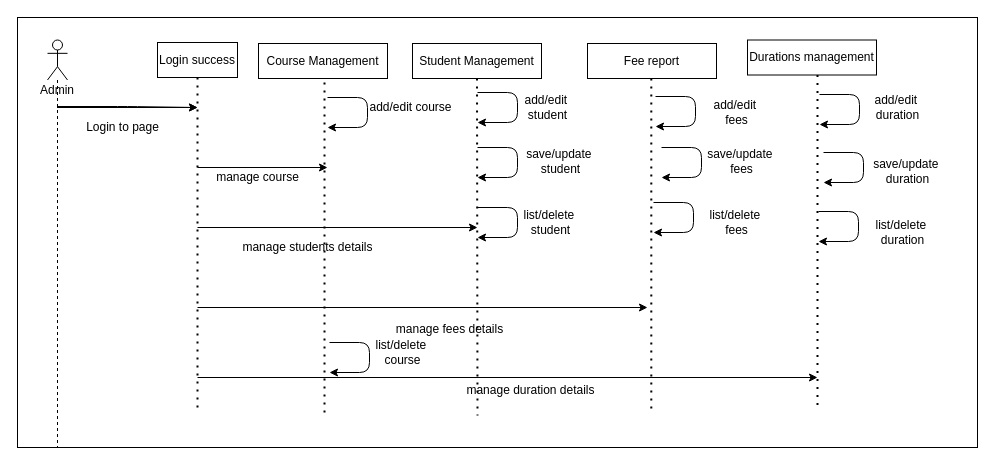
Before: sequence diagram.drawio in bazrar/diagrams-, a draw.io diagram. Source tidied: cells renumbered, new cells numbered last; positions are measured from the earlier drawing's top-left corner, leaving out a move shared by most shapes. Both pictures are drawn from the tidied source at 100%, with x=0, y=0 at pixel (17, 17).
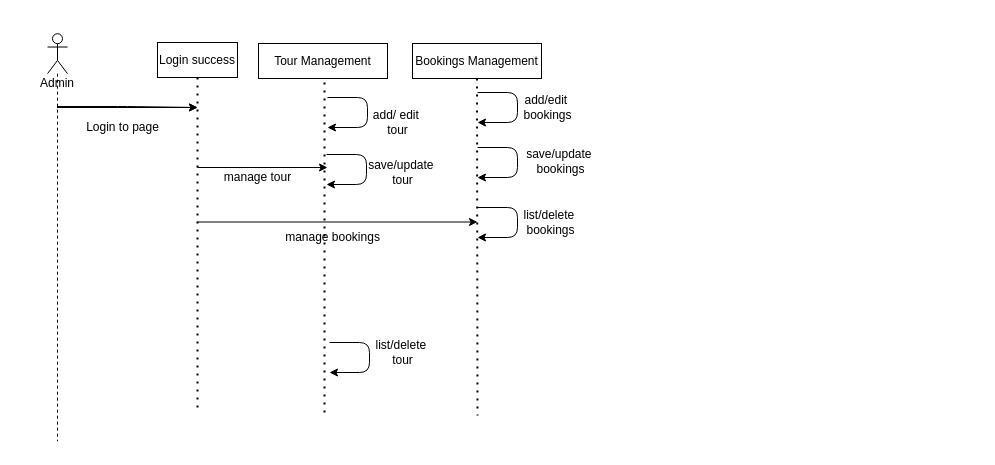
The same diagram, later.

Diff of the diagram source:
```diff
@@
-    <mxCell id="3" value="Course Management" style="rounded=0;whiteSpace=wrap;html=1;" parent="1" vertex="1">
+    <mxCell id="3" value="Tour Management" style="rounded=0;whiteSpace=wrap;html=1;" parent="1" vertex="1">
       <mxGeometry x="241" y="26" width="129" height="35" as="geometry" />
     </mxCell>
-    <mxCell id="4" value="Student Management" style="rounded=0;whiteSpace=wrap;html=1;" parent="1" vertex="1">
+    <mxCell id="4" value="Bookings Management" style="rounded=0;whiteSpace=wrap;html=1;" parent="1" vertex="1">
       <mxGeometry x="395" y="26" width="129" height="35" as="geometry" />
     </mxCell>
-    <mxCell id="5" value="Fee report" style="rounded=0;whiteSpace=wrap;html=1;" parent="1" vertex="1">
-      <mxGeometry x="570" y="26" width="129" height="35" as="geometry" />
-    </mxCell>
-    <mxCell id="6" value="Durations management" style="rounded=0;whiteSpace=wrap;html=1;" parent="1" vertex="1">
-      <mxGeometry x="730" y="22.5" width="129" height="35" as="geometry" />
-    </mxCell>
     <mxCell id="7" value="Admin" style="shape=umlLifeline;participant=umlActor;perimeter=lifelinePerimeter;whiteSpace=wrap;html=1;verticalAlign=top;spacingTop=36;outlineConnect=0;" parent="1" vertex="1">
-      <mxGeometry x="30" y="22.5" width="20" height="407.5" as="geometry" />
+      <mxGeometry x="30" y="16.2" width="20" height="407.5" as="geometry" />
     </mxCell>
@@
-    <mxCell id="11" style="endArrow=none;dashed=1;html=1;dashPattern=1 3;strokeWidth=2;exitX=0.5;exitY=1;exitDx=0;exitDy=0;" parent="1" edge="1">
-      <mxGeometry relative="1" as="geometry">
-        <mxPoint x="633.8" y="61" as="sourcePoint" />
-        <mxPoint x="633.8" y="391" as="targetPoint" />
-      </mxGeometry>
-    </mxCell>
-    <mxCell id="12" style="endArrow=none;dashed=1;html=1;dashPattern=1 3;strokeWidth=2;exitX=0.5;exitY=1;exitDx=0;exitDy=0;" parent="1" edge="1">
-      <mxGeometry relative="1" as="geometry">
-        <mxPoint x="800" y="57.5" as="sourcePoint" />
-        <mxPoint x="800" y="387.5" as="targetPoint" />
-      </mxGeometry>
-    </mxCell>
@@
-    <mxCell id="16" style="endArrow=classic;html=1;" parent="1" edge="1">
-      <mxGeometry relative="1" as="geometry">
-        <mxPoint x="180" y="290" as="sourcePoint" />
-        <mxPoint x="630" y="290" as="targetPoint" />
-      </mxGeometry>
-    </mxCell>
@@
     <mxCell id="18" style="endArrow=classic;html=1;" parent="1" edge="1">
       <mxGeometry relative="1" as="geometry">
-        <mxPoint x="180" y="210" as="sourcePoint" />
-        <mxPoint x="460" y="210" as="targetPoint" />
+        <mxPoint x="180" y="204.5" as="sourcePoint" />
+        <mxPoint x="460" y="204.5" as="targetPoint" />
       </mxGeometry>
     </mxCell>
@@
-    <mxCell id="20" style="endArrow=classic;html=1;" parent="1" edge="1">
-      <mxGeometry relative="1" as="geometry">
-        <mxPoint x="180" y="360" as="sourcePoint" />
-        <mxPoint x="800" y="360" as="targetPoint" />
-      </mxGeometry>
-    </mxCell>
-    <mxCell id="21" value="manage course" style="text;html=1;align=center;verticalAlign=middle;strokeColor=none;" parent="1" vertex="1">
-      <mxGeometry x="190" y="150" width="100" height="20" as="geometry" />
+    <mxCell id="21" value="manage tour" style="text;html=1;align=center;verticalAlign=middle;strokeColor=none;" parent="1" vertex="1">
+      <mxGeometry x="200" y="150" width="80" height="20" as="geometry" />
     </mxCell>
-    <mxCell id="22" value="manage students details" style="text;html=1;align=center;verticalAlign=middle;strokeColor=none;" parent="1" vertex="1">
-      <mxGeometry x="215" y="220" width="150" height="20" as="geometry" />
+    <mxCell id="22" value="manage bookings" style="text;html=1;align=center;verticalAlign=middle;strokeColor=none;" parent="1" vertex="1">
+      <mxGeometry x="260" y="210" width="110" height="20" as="geometry" />
     </mxCell>
-    <mxCell id="23" value="manage fees details" style="text;html=1;align=center;verticalAlign=middle;strokeColor=none;" parent="1" vertex="1">
-      <mxGeometry x="372" y="302" width="120" height="20" as="geometry" />
-    </mxCell>
-    <mxCell id="24" value="manage duration details" style="text;html=1;align=center;verticalAlign=middle;strokeColor=none;" parent="1" vertex="1">
-      <mxGeometry x="443" y="363" width="140" height="20" as="geometry" />
-    </mxCell>
@@
-    <mxCell id="28" value="add/edit course" style="text;html=1;align=center;verticalAlign=middle;strokeColor=none;" parent="1" vertex="1">
-      <mxGeometry x="343" y="80" width="100" height="20" as="geometry" />
+    <mxCell id="28" value="add/ edit&amp;nbsp;&lt;br&gt;tour" style="text;html=1;align=center;verticalAlign=middle;strokeColor=none;" parent="1" vertex="1">
+      <mxGeometry x="350" y="90" width="60" height="30" as="geometry" />
     </mxCell>
-    <mxCell id="29" value="add/edit&amp;nbsp;&lt;br&gt;student" style="text;html=1;align=center;verticalAlign=middle;strokeColor=none;" parent="1" vertex="1">
+    <mxCell id="29" value="add/edit&amp;nbsp;&lt;br&gt;bookings" style="text;html=1;align=center;verticalAlign=middle;strokeColor=none;" parent="1" vertex="1">
       <mxGeometry x="500" y="75" width="60" height="30" as="geometry" />
     </mxCell>
-    <mxCell id="30" value="save/update&amp;nbsp;&lt;br&gt;student" style="text;html=1;align=center;verticalAlign=middle;strokeColor=none;" parent="1" vertex="1">
+    <mxCell id="30" value="save/update&amp;nbsp;&lt;br&gt;bookings" style="text;html=1;align=center;verticalAlign=middle;strokeColor=none;" parent="1" vertex="1">
       <mxGeometry x="503" y="129" width="80" height="30" as="geometry" />
     </mxCell>
-    <mxCell id="31" value="list/delete&amp;nbsp;&lt;br&gt;student" style="text;html=1;align=center;verticalAlign=middle;strokeColor=none;" parent="1" vertex="1">
+    <mxCell id="31" value="list/delete&amp;nbsp;&lt;br&gt;bookings" style="text;html=1;align=center;verticalAlign=middle;strokeColor=none;" parent="1" vertex="1">
       <mxGeometry x="498" y="190" width="70" height="30" as="geometry" />
     </mxCell>
-    <mxCell id="32" style="endArrow=classic;html=1;" parent="1" edge="1">
-      <mxGeometry relative="1" as="geometry">
-        <mxPoint x="638" y="79" as="sourcePoint" />
-        <mxPoint x="638" y="109" as="targetPoint" />
-        <Array as="points">
-          <mxPoint x="678" y="79" />
-          <mxPoint x="678" y="109" />
-        </Array>
-      </mxGeometry>
-    </mxCell>
-    <mxCell id="33" value="add/edit&amp;nbsp;&lt;br&gt;fees" style="text;html=1;align=center;verticalAlign=middle;strokeColor=none;" parent="1" vertex="1">
-      <mxGeometry x="689" y="80" width="60" height="30" as="geometry" />
-    </mxCell>
-    <mxCell id="34" style="endArrow=classic;html=1;" parent="1" edge="1">
-      <mxGeometry relative="1" as="geometry">
-        <mxPoint x="644" y="130" as="sourcePoint" />
-        <mxPoint x="644" y="160" as="targetPoint" />
-        <Array as="points">
-          <mxPoint x="684" y="130" />
-          <mxPoint x="684" y="160" />
-        </Array>
-      </mxGeometry>
-    </mxCell>
-    <mxCell id="35" style="endArrow=classic;html=1;" parent="1" edge="1">
-      <mxGeometry relative="1" as="geometry">
-        <mxPoint x="636" y="185" as="sourcePoint" />
-        <mxPoint x="636" y="215" as="targetPoint" />
-        <Array as="points">
-          <mxPoint x="676" y="185" />
-          <mxPoint x="676" y="215" />
-        </Array>
-      </mxGeometry>
-    </mxCell>
-    <mxCell id="36" value="save/update&amp;nbsp;&lt;br&gt;fees" style="text;html=1;align=center;verticalAlign=middle;strokeColor=none;" parent="1" vertex="1">
-      <mxGeometry x="684" y="129" width="80" height="30" as="geometry" />
-    </mxCell>
-    <mxCell id="37" value="list/delete&amp;nbsp;&lt;br&gt;fees" style="text;html=1;align=center;verticalAlign=middle;strokeColor=none;" parent="1" vertex="1">
-      <mxGeometry x="684" y="190" width="70" height="30" as="geometry" />
-    </mxCell>
-    <mxCell id="38" style="endArrow=classic;html=1;" parent="1" edge="1">
-      <mxGeometry relative="1" as="geometry">
-        <mxPoint x="802" y="77" as="sourcePoint" />
-        <mxPoint x="802" y="107" as="targetPoint" />
-        <Array as="points">
-          <mxPoint x="842" y="77" />
-          <mxPoint x="842" y="107" />
-        </Array>
-      </mxGeometry>
-    </mxCell>
-    <mxCell id="39" value="add/edit&amp;nbsp;&lt;br&gt;duration" style="text;html=1;align=center;verticalAlign=middle;strokeColor=none;" parent="1" vertex="1">
-      <mxGeometry x="850" y="75" width="60" height="30" as="geometry" />
-    </mxCell>
-    <mxCell id="40" style="endArrow=classic;html=1;" parent="1" edge="1">
-      <mxGeometry relative="1" as="geometry">
-        <mxPoint x="806" y="135" as="sourcePoint" />
-        <mxPoint x="806" y="165" as="targetPoint" />
-        <Array as="points">
-          <mxPoint x="846" y="135" />
-          <mxPoint x="846" y="165" />
-        </Array>
-      </mxGeometry>
-    </mxCell>
-    <mxCell id="41" style="endArrow=classic;html=1;" parent="1" edge="1">
-      <mxGeometry relative="1" as="geometry">
-        <mxPoint x="801" y="194" as="sourcePoint" />
-        <mxPoint x="801" y="224" as="targetPoint" />
-        <Array as="points">
-          <mxPoint x="841" y="194" />
-          <mxPoint x="841" y="224" />
-        </Array>
-      </mxGeometry>
-    </mxCell>
-    <mxCell id="42" value="list/delete&amp;nbsp;&lt;br&gt;duration" style="text;html=1;align=center;verticalAlign=middle;strokeColor=none;" parent="1" vertex="1">
-      <mxGeometry x="850" y="200" width="70" height="30" as="geometry" />
-    </mxCell>
-    <mxCell id="43" value="save/update&amp;nbsp;&lt;br&gt;duration" style="text;html=1;align=center;verticalAlign=middle;strokeColor=none;" parent="1" vertex="1">
-      <mxGeometry x="850" y="139" width="80" height="30" as="geometry" />
-    </mxCell>
-    <mxCell id="44" value="list/delete&amp;nbsp;&lt;br&gt;course" style="text;html=1;align=center;verticalAlign=middle;strokeColor=none;" parent="1" vertex="1">
+    <mxCell id="44" value="list/delete&amp;nbsp;&lt;br&gt;tour" style="text;html=1;align=center;verticalAlign=middle;strokeColor=none;" parent="1" vertex="1">
       <mxGeometry x="350" y="320" width="70" height="30" as="geometry" />
     </mxCell>
@@
-    <mxCell id="46" style="rounded=0;whiteSpace=wrap;html=1;fillColor=none;" parent="1" vertex="1">
-      <mxGeometry width="960" height="430" as="geometry" />
-    </mxCell>
+    <mxCell id="47" value="save/update&amp;nbsp;&lt;br&gt;tour" style="text;html=1;align=center;verticalAlign=middle;strokeColor=none;" parent="1" vertex="1">
+      <mxGeometry x="345" y="140" width="80" height="30" as="geometry" />
+    </mxCell>
+    <mxCell id="48" style="endArrow=classic;html=1;" parent="1" edge="1">
+      <mxGeometry relative="1" as="geometry">
+        <mxPoint x="309" y="137" as="sourcePoint" />
+        <mxPoint x="309" y="167" as="targetPoint" />
+        <Array as="points">
+          <mxPoint x="349" y="137" />
+          <mxPoint x="349" y="167" />
+        </Array>
+      </mxGeometry>
+    </mxCell>
```
